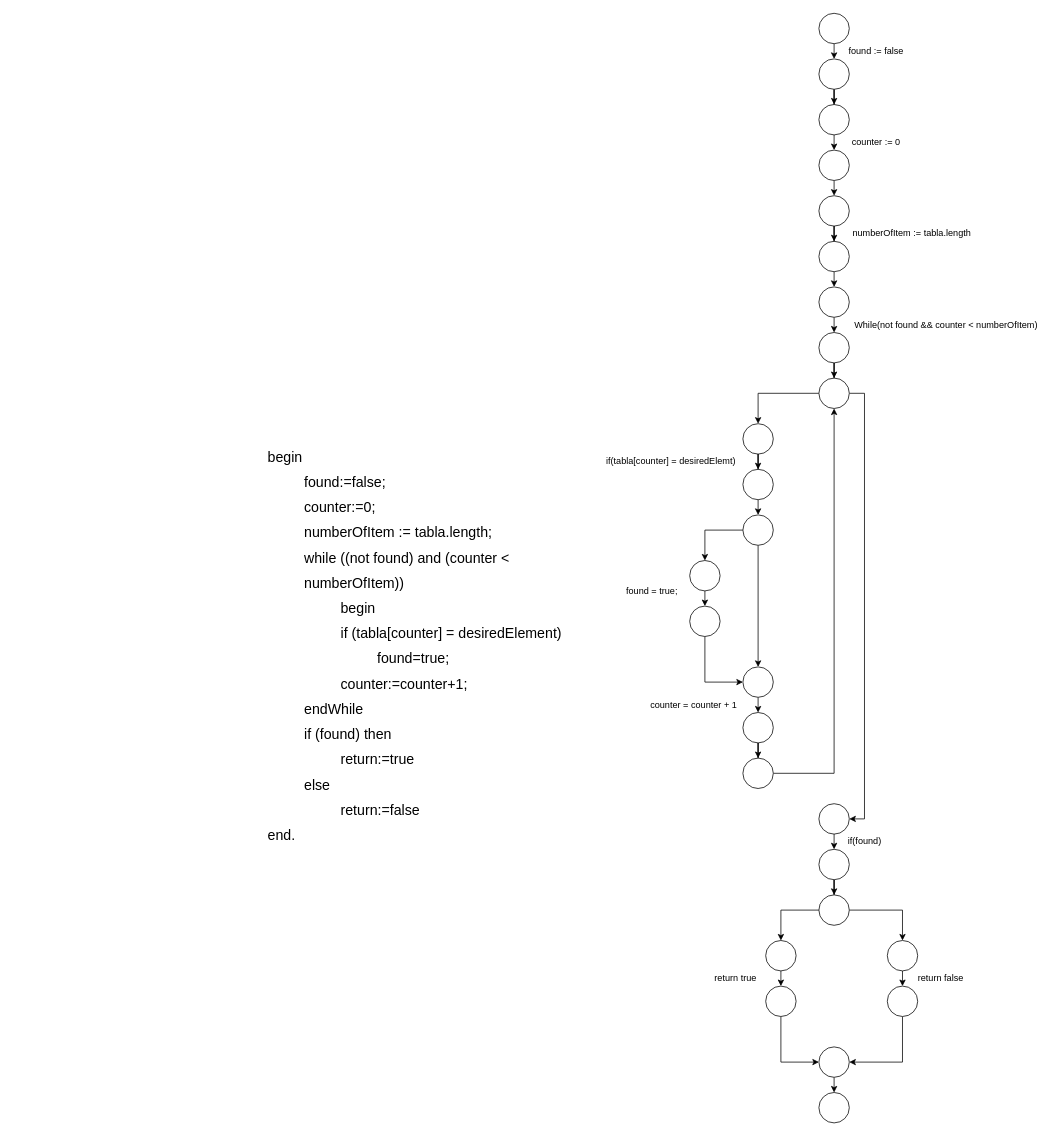
Before: DiagramFlujoDeControl/funcionPertenece.drawio in Luchit0-afk/Diagramas, a draw.io diagram. Source tidied: cells renumbered, new cells numbered last; positions are measured from the earlier drawing's top-left corner, leaving out a move shared by most shapes. Both pictures are drawn from the tidied source at 76%, with x=0, y=0 at pixel (264, 13).
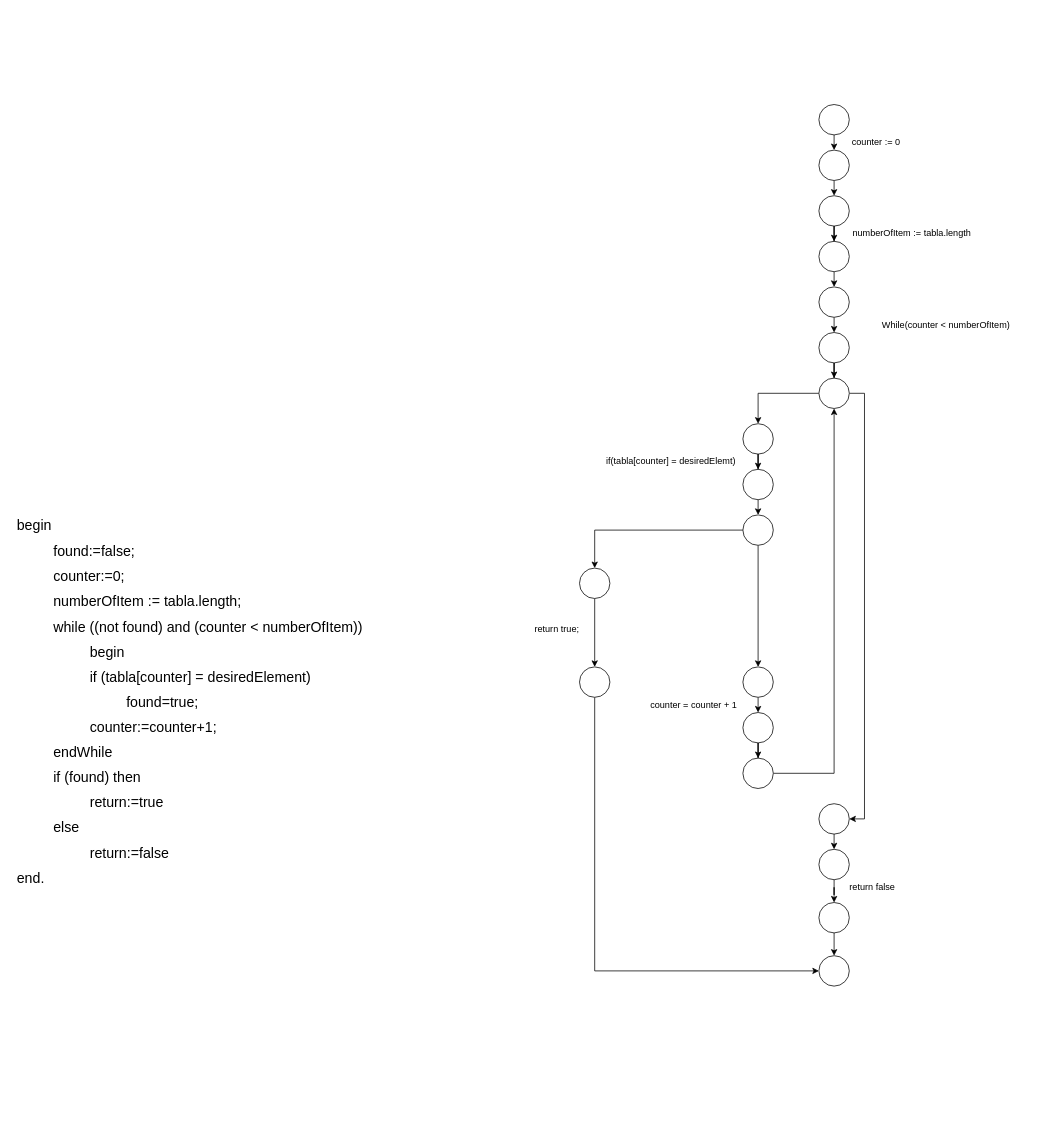
Above is the later version.

The change refers to these unchanged cells:
```xml
<mxCell id="6" style="ellipse;whiteSpace=wrap;html=1;" parent="1" vertex="1">
  <mxGeometry x="730" y="120" width="40" height="40" as="geometry" />
</mxCell>
<mxCell id="36" style="ellipse;whiteSpace=wrap;html=1;" parent="1" vertex="1">
  <mxGeometry x="630" y="860" width="40" height="40" as="geometry" />
</mxCell>
<mxCell id="52" style="ellipse;whiteSpace=wrap;html=1;" parent="1" vertex="1">
  <mxGeometry x="730" y="1100" width="40" height="40" as="geometry" />
</mxCell>
```

Change to the diagram source:
```diff
@@
     <mxCell id="2" value="&lt;h1&gt;&lt;span style=&quot;font-weight: normal&quot; id=&quot;docs-internal-guid-a8080825-7fff-7530-6632-182db4ac38c0&quot;&gt;&lt;p dir=&quot;ltr&quot; style=&quot;line-height: 1.38 ; margin-top: 0pt ; margin-bottom: 0pt&quot;&gt;&lt;span style=&quot;font-size: 14pt ; font-family: &amp;#34;arial&amp;#34; ; background-color: transparent ; vertical-align: baseline&quot;&gt;begin&amp;nbsp;&lt;/span&gt;&lt;/p&gt;&lt;p dir=&quot;ltr&quot; style=&quot;line-height: 1.38 ; text-indent: 36pt ; margin-top: 0pt ; margin-bottom: 0pt&quot;&gt;&lt;span style=&quot;font-size: 14pt ; font-family: &amp;#34;arial&amp;#34; ; background-color: transparent ; vertical-align: baseline&quot;&gt;found:=false;&amp;nbsp;&lt;/span&gt;&lt;/p&gt;&lt;p dir=&quot;ltr&quot; style=&quot;line-height: 1.38 ; margin-left: 36pt ; margin-top: 0pt ; margin-bottom: 0pt&quot;&gt;&lt;span style=&quot;font-size: 14pt ; font-family: &amp;#34;arial&amp;#34; ; background-color: transparent ; vertical-align: baseline&quot;&gt;counter:=0;&amp;nbsp;&lt;/span&gt;&lt;/p&gt;&lt;p dir=&quot;ltr&quot; style=&quot;line-height: 1.38 ; margin-left: 36pt ; margin-top: 0pt ; margin-bottom: 0pt&quot;&gt;&lt;span style=&quot;font-size: 14pt ; font-family: &amp;#34;arial&amp;#34; ; background-color: transparent ; vertical-align: baseline&quot;&gt;numberOfItem := tabla.length;&lt;/span&gt;&lt;/p&gt;&lt;p dir=&quot;ltr&quot; style=&quot;line-height: 1.38 ; margin-left: 36pt ; margin-top: 0pt ; margin-bottom: 0pt&quot;&gt;&lt;span style=&quot;font-size: 14pt ; font-family: &amp;#34;arial&amp;#34; ; background-color: transparent ; vertical-align: baseline&quot;&gt;while ((not found) and (counter &amp;lt; numberOfItem))&lt;/span&gt;&lt;/p&gt;&lt;p dir=&quot;ltr&quot; style=&quot;line-height: 1.38 ; margin-left: 36pt ; text-indent: 36pt ; margin-top: 0pt ; margin-bottom: 0pt&quot;&gt;&lt;span style=&quot;font-size: 14pt ; font-family: &amp;#34;arial&amp;#34; ; background-color: transparent ; vertical-align: baseline&quot;&gt;begin&amp;nbsp;&lt;/span&gt;&lt;/p&gt;&lt;p dir=&quot;ltr&quot; style=&quot;line-height: 1.38 ; margin-left: 36pt ; text-indent: 36pt ; margin-top: 0pt ; margin-bottom: 0pt&quot;&gt;&lt;span style=&quot;font-size: 14pt ; font-family: &amp;#34;arial&amp;#34; ; background-color: transparent ; vertical-align: baseline&quot;&gt;if (tabla[counter] = desiredElement)&amp;nbsp;&lt;/span&gt;&lt;/p&gt;&lt;p dir=&quot;ltr&quot; style=&quot;line-height: 1.38 ; margin-left: 72pt ; text-indent: 36pt ; margin-top: 0pt ; margin-bottom: 0pt&quot;&gt;&lt;span style=&quot;font-size: 14pt ; font-family: &amp;#34;arial&amp;#34; ; background-color: transparent ; vertical-align: baseline&quot;&gt;found=true;&amp;nbsp;&lt;/span&gt;&lt;/p&gt;&lt;p dir=&quot;ltr&quot; style=&quot;line-height: 1.38 ; margin-left: 72pt ; margin-top: 0pt ; margin-bottom: 0pt&quot;&gt;&lt;span style=&quot;font-size: 14pt ; font-family: &amp;#34;arial&amp;#34; ; background-color: transparent ; vertical-align: baseline&quot;&gt;counter:=counter+1;&amp;nbsp;&lt;/span&gt;&lt;/p&gt;&lt;p dir=&quot;ltr&quot; style=&quot;line-height: 1.38 ; text-indent: 36pt ; margin-top: 0pt ; margin-bottom: 0pt&quot;&gt;&lt;span style=&quot;font-size: 14pt ; font-family: &amp;#34;arial&amp;#34; ; background-color: transparent ; vertical-align: baseline&quot;&gt;endWhile&amp;nbsp;&lt;/span&gt;&lt;/p&gt;&lt;p dir=&quot;ltr&quot; style=&quot;line-height: 1.38 ; text-indent: 36pt ; margin-top: 0pt ; margin-bottom: 0pt&quot;&gt;&lt;span style=&quot;font-size: 14pt ; font-family: &amp;#34;arial&amp;#34; ; background-color: transparent ; vertical-align: baseline&quot;&gt;if (found) then&amp;nbsp;&lt;/span&gt;&lt;/p&gt;&lt;p dir=&quot;ltr&quot; style=&quot;line-height: 1.38 ; margin-left: 36pt ; text-indent: 36pt ; margin-top: 0pt ; margin-bottom: 0pt&quot;&gt;&lt;span style=&quot;font-size: 14pt ; font-family: &amp;#34;arial&amp;#34; ; background-color: transparent ; vertical-align: baseline&quot;&gt;return:=true&amp;nbsp;&lt;/span&gt;&lt;/p&gt;&lt;p dir=&quot;ltr&quot; style=&quot;line-height: 1.38 ; margin-left: 36pt ; margin-top: 0pt ; margin-bottom: 0pt&quot;&gt;&lt;span style=&quot;font-size: 14pt ; font-family: &amp;#34;arial&amp;#34; ; background-color: transparent ; vertical-align: baseline&quot;&gt;else&amp;nbsp;&lt;/span&gt;&lt;/p&gt;&lt;p dir=&quot;ltr&quot; style=&quot;line-height: 1.38 ; margin-left: 36pt ; text-indent: 36pt ; margin-top: 0pt ; margin-bottom: 0pt&quot;&gt;&lt;span style=&quot;font-size: 14pt ; font-family: &amp;#34;arial&amp;#34; ; background-color: transparent ; vertical-align: baseline&quot;&gt;return:=false&amp;nbsp;&lt;/span&gt;&lt;/p&gt;&lt;p dir=&quot;ltr&quot; style=&quot;line-height: 1.38 ; margin-top: 0pt ; margin-bottom: 0pt&quot;&gt;&lt;span style=&quot;font-size: 14pt ; font-family: &amp;#34;arial&amp;#34; ; background-color: transparent ; vertical-align: baseline&quot;&gt;end.&lt;/span&gt;&lt;/p&gt;&lt;div&gt;&lt;span style=&quot;font-size: 14pt ; font-family: &amp;#34;arial&amp;#34; ; background-color: transparent ; vertical-align: baseline&quot;&gt;&lt;br&gt;&lt;/span&gt;&lt;/div&gt;&lt;/span&gt;&lt;/h1&gt;" style="text;html=1;strokeColor=none;fillColor=none;spacing=5;spacingTop=-20;whiteSpace=wrap;overflow=hidden;rounded=0;" parent="1" vertex="1">
-      <mxGeometry y="560" width="430" height="550" as="geometry" />
+      <mxGeometry x="-330" y="650" width="650" height="550" as="geometry" />
     </mxCell>
-    <mxCell id="3" style="edgeStyle=orthogonalEdgeStyle;rounded=0;jettySize=auto;html=1;exitX=0.5;exitY=1;exitDx=0;exitDy=0;entryX=0.5;entryY=0;entryDx=0;entryDy=0;" parent="1" edge="1" source="4" target="8">
-      <mxGeometry relative="1" as="geometry" />
-    </mxCell>
-    <mxCell id="4" style="ellipse;whiteSpace=wrap;html=1;" parent="1" vertex="1">
-      <mxGeometry x="730" width="40" height="40" as="geometry" />
-    </mxCell>
@@
-    <mxCell id="7" style="edgeStyle=orthogonalEdgeStyle;rounded=0;jettySize=auto;html=1;exitX=0.5;exitY=1;exitDx=0;exitDy=0;" parent="1" edge="1" source="8" target="6">
-      <mxGeometry relative="1" as="geometry" />
-    </mxCell>
-    <mxCell id="8" style="ellipse;whiteSpace=wrap;html=1;" parent="1" vertex="1">
-      <mxGeometry x="730" y="60" width="40" height="40" as="geometry" />
-    </mxCell>
@@
-    <mxCell id="22" value="found := false" style="text;html=1;align=center;verticalAlign=middle;strokeColor=none;" parent="1" vertex="1">
-      <mxGeometry x="760" y="40" width="90" height="20" as="geometry" />
-    </mxCell>
@@
     <mxCell id="30" style="ellipse;whiteSpace=wrap;html=1;" parent="1" vertex="1">
-      <mxGeometry x="560" y="720" width="40" height="40" as="geometry" />
+      <mxGeometry x="415" y="730" width="40" height="40" as="geometry" />
     </mxCell>
@@
-    <mxCell id="34" value="While(not found &amp;amp;&amp;amp; counter &amp;lt; numberOfItem)" style="text;html=1;align=center;verticalAlign=middle;strokeColor=none;" parent="1" vertex="1">
-      <mxGeometry x="767" y="400" width="260" height="20" as="geometry" />
+    <mxCell id="34" value="While(counter &amp;lt; numberOfItem)" style="text;html=1;align=center;verticalAlign=middle;strokeColor=none;" parent="1" vertex="1">
+      <mxGeometry x="807" y="400" width="180" height="20" as="geometry" />
     </mxCell>
@@
-    <mxCell id="37" style="edgeStyle=orthogonalEdgeStyle;rounded=0;jettySize=auto;html=1;exitX=0.5;exitY=1;exitDx=0;exitDy=0;entryX=0;entryY=0.5;entryDx=0;entryDy=0;" parent="1" edge="1" source="38" target="36">
-      <mxGeometry relative="1" as="geometry" />
-    </mxCell>
+    <mxCell id="67" style="edgeStyle=orthogonalEdgeStyle;rounded=0;jettySize=auto;html=1;exitX=0.5;exitY=1;exitDx=0;exitDy=0;entryX=0;entryY=0.5;entryDx=0;entryDy=0;" parent="1" edge="1" source="38" target="71">
+      <mxGeometry relative="1" as="geometry" />
+    </mxCell>
     <mxCell id="38" style="ellipse;whiteSpace=wrap;html=1;" parent="1" vertex="1">
-      <mxGeometry x="560" y="780" width="40" height="40" as="geometry" />
+      <mxGeometry x="415" y="860" width="40" height="40" as="geometry" />
     </mxCell>
@@
-    <mxCell id="44" value="found = true;" style="text;html=1;align=center;verticalAlign=middle;strokeColor=none;" parent="1" vertex="1">
-      <mxGeometry x="470" y="750" width="80" height="20" as="geometry" />
+    <mxCell id="44" value="return true;" style="text;html=1;align=center;verticalAlign=middle;strokeColor=none;" parent="1" vertex="1">
+      <mxGeometry x="350" y="800" width="70" height="20" as="geometry" />
     </mxCell>
@@
-    <mxCell id="48" style="edgeStyle=orthogonalEdgeStyle;rounded=0;jettySize=auto;html=1;exitX=0;exitY=0.5;exitDx=0;exitDy=0;entryX=0.5;entryY=0;entryDx=0;entryDy=0;" parent="1" edge="1" source="50" target="54">
-      <mxGeometry relative="1" as="geometry" />
-    </mxCell>
-    <mxCell id="49" style="edgeStyle=orthogonalEdgeStyle;rounded=0;jettySize=auto;html=1;exitX=1;exitY=0.5;exitDx=0;exitDy=0;entryX=0.5;entryY=0;entryDx=0;entryDy=0;" parent="1" edge="1" source="50" target="63">
-      <mxGeometry relative="1" as="geometry" />
-    </mxCell>
-    <mxCell id="50" style="ellipse;whiteSpace=wrap;html=1;" parent="1" vertex="1">
-      <mxGeometry x="730" y="1160" width="40" height="40" as="geometry" />
-    </mxCell>
-    <mxCell id="51" style="edgeStyle=orthogonalEdgeStyle;rounded=0;jettySize=auto;html=1;exitX=0.5;exitY=1;exitDx=0;exitDy=0;" parent="1" edge="1" source="52" target="50">
-      <mxGeometry relative="1" as="geometry" />
-    </mxCell>
+    <mxCell id="68" style="edgeStyle=orthogonalEdgeStyle;rounded=0;jettySize=auto;html=1;exitX=0.5;exitY=1;exitDx=0;exitDy=0;" parent="1" edge="1" source="52" target="70">
+      <mxGeometry relative="1" as="geometry" />
+    </mxCell>
@@
-    <mxCell id="53" style="edgeStyle=orthogonalEdgeStyle;rounded=0;jettySize=auto;html=1;exitX=0.5;exitY=1;exitDx=0;exitDy=0;entryX=0.5;entryY=0;entryDx=0;entryDy=0;" parent="1" edge="1" source="54" target="58">
-      <mxGeometry relative="1" as="geometry" />
-    </mxCell>
-    <mxCell id="54" style="ellipse;whiteSpace=wrap;html=1;" parent="1" vertex="1">
-      <mxGeometry x="660" y="1220" width="40" height="40" as="geometry" />
-    </mxCell>
-    <mxCell id="55" style="edgeStyle=orthogonalEdgeStyle;rounded=0;jettySize=auto;html=1;exitX=0.5;exitY=1;exitDx=0;exitDy=0;entryX=0.5;entryY=0;entryDx=0;entryDy=0;" parent="1" edge="1" source="56" target="59">
-      <mxGeometry relative="1" as="geometry" />
-    </mxCell>
-    <mxCell id="56" style="ellipse;whiteSpace=wrap;html=1;" parent="1" vertex="1">
-      <mxGeometry x="730" y="1360" width="40" height="40" as="geometry" />
-    </mxCell>
-    <mxCell id="57" style="edgeStyle=orthogonalEdgeStyle;rounded=0;jettySize=auto;html=1;exitX=0.5;exitY=1;exitDx=0;exitDy=0;entryX=0;entryY=0.5;entryDx=0;entryDy=0;" parent="1" edge="1" source="58" target="56">
-      <mxGeometry relative="1" as="geometry" />
-    </mxCell>
-    <mxCell id="58" style="ellipse;whiteSpace=wrap;html=1;" parent="1" vertex="1">
-      <mxGeometry x="660" y="1280" width="40" height="40" as="geometry" />
-    </mxCell>
-    <mxCell id="59" style="ellipse;whiteSpace=wrap;html=1;" parent="1" vertex="1">
-      <mxGeometry x="730" y="1420" width="40" height="40" as="geometry" />
-    </mxCell>
-    <mxCell id="60" value="if(found)" style="text;html=1;align=center;verticalAlign=middle;strokeColor=none;" parent="1" vertex="1">
-      <mxGeometry x="760" y="1080" width="60" height="20" as="geometry" />
-    </mxCell>
-    <mxCell id="61" value="return true" style="text;html=1;align=center;verticalAlign=middle;strokeColor=none;" parent="1" vertex="1">
-      <mxGeometry x="585" y="1260" width="70" height="20" as="geometry" />
-    </mxCell>
-    <mxCell id="62" style="edgeStyle=orthogonalEdgeStyle;rounded=0;jettySize=auto;html=1;exitX=0.5;exitY=1;exitDx=0;exitDy=0;entryX=0.5;entryY=0;entryDx=0;entryDy=0;" parent="1" edge="1" source="63" target="65">
-      <mxGeometry relative="1" as="geometry" />
-    </mxCell>
-    <mxCell id="63" style="ellipse;whiteSpace=wrap;html=1;" parent="1" vertex="1">
-      <mxGeometry x="820" y="1220" width="40" height="40" as="geometry" />
-    </mxCell>
-    <mxCell id="64" style="edgeStyle=orthogonalEdgeStyle;rounded=0;jettySize=auto;html=1;exitX=0.5;exitY=1;exitDx=0;exitDy=0;entryX=1;entryY=0.5;entryDx=0;entryDy=0;" parent="1" edge="1" source="65" target="56">
-      <mxGeometry relative="1" as="geometry" />
-    </mxCell>
-    <mxCell id="65" style="ellipse;whiteSpace=wrap;html=1;" parent="1" vertex="1">
-      <mxGeometry x="820" y="1280" width="40" height="40" as="geometry" />
-    </mxCell>
+    <mxCell id="69" style="edgeStyle=orthogonalEdgeStyle;rounded=0;jettySize=auto;html=1;exitX=0.5;exitY=1;exitDx=0;exitDy=0;entryX=0.5;entryY=0;entryDx=0;entryDy=0;" parent="1" edge="1" source="70" target="71">
+      <mxGeometry relative="1" as="geometry" />
+    </mxCell>
+    <mxCell id="70" style="ellipse;whiteSpace=wrap;html=1;" parent="1" vertex="1">
+      <mxGeometry x="730" y="1170" width="40" height="40" as="geometry" />
+    </mxCell>
     <mxCell id="66" value="return false" style="text;html=1;align=center;verticalAlign=middle;strokeColor=none;" parent="1" vertex="1">
-      <mxGeometry x="850" y="1260" width="80" height="20" as="geometry" />
+      <mxGeometry x="760" y="1140" width="80" height="20" as="geometry" />
     </mxCell>
+    <mxCell id="71" style="ellipse;whiteSpace=wrap;html=1;" parent="1" vertex="1">
+      <mxGeometry x="730" y="1240" width="40" height="40" as="geometry" />
+    </mxCell>
```
